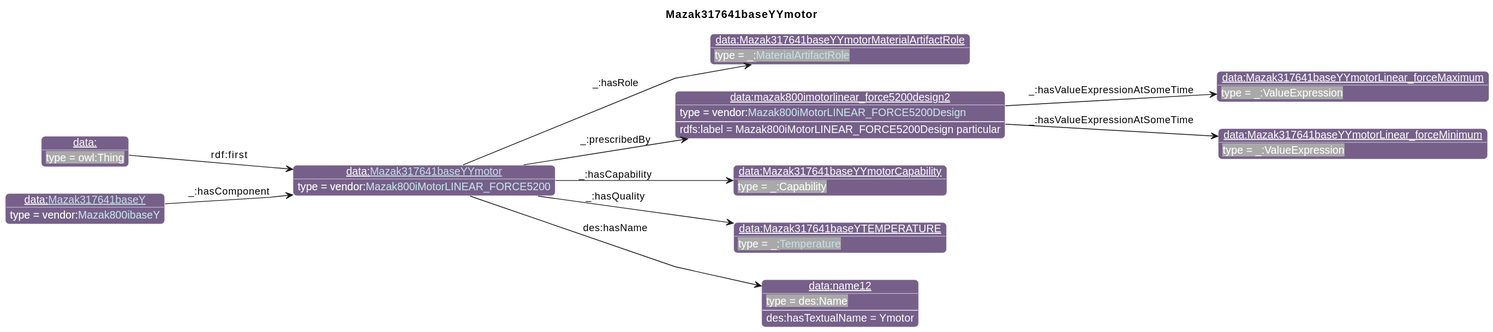
Above: diagrams/Mazak317641baseYYmotor.svg in iofoundry/example-syseng-mtconnect (PlantUML), before the change.
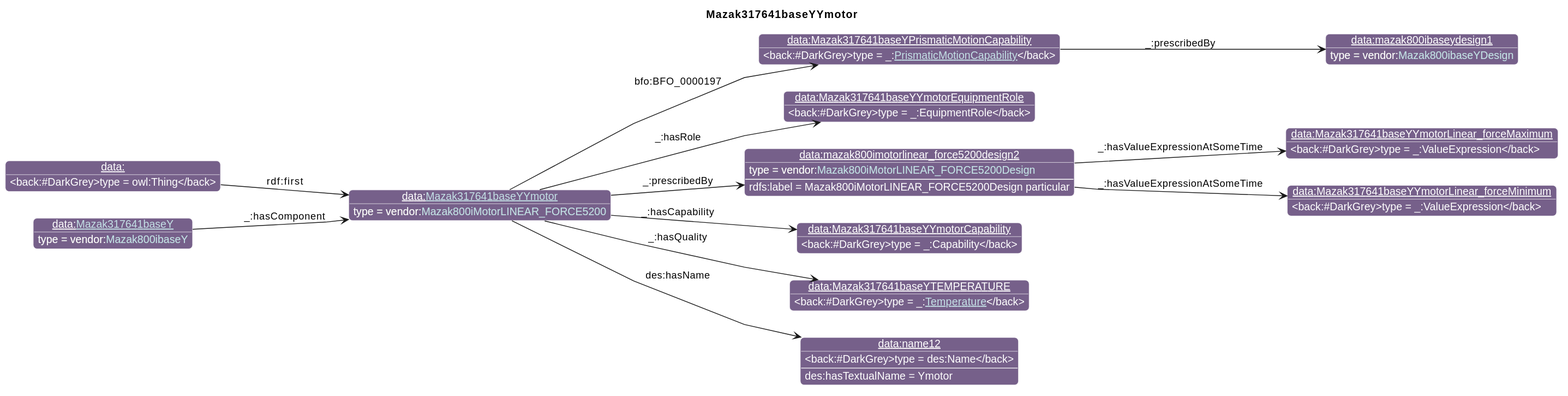
After the change.

What changed in the source:
```diff
@@ -26,24 +26,28 @@
                       "qp":"641B2E"
       }
 individual(o0, data:[[./Mazak317641baseYYmotor.html Mazak317641baseYYmotor]], vendor:[[../Mazak.html#Mazak800iMotorLINEAR_FORCE5200 Mazak800iMotorLINEAR_FORCE5200]])
-individual(o1, data:Mazak317641baseYYmotorMaterialArtifactRole, _:[[../MTConnect.html#MaterialArtifactRole MaterialArtifactRole]])
-individual(o2, data:mazak800imotorlinear_force5200design2, vendor:[[../Mazak.html#Mazak800iMotorLINEAR_FORCE5200Design Mazak800iMotorLINEAR_FORCE5200Design]])
-individual(o3, data:Mazak317641baseYYmotorLinear_forceMaximum, _:ValueExpression)
-individual(o4, data:Mazak317641baseYYmotorLinear_forceMinimum, _:ValueExpression)
-individual(o5, data:Mazak317641baseYYmotorCapability, _:Capability)
-individual(o6, data:Mazak317641baseYTEMPERATURE, _:[[../MTConnect.html#Temperature Temperature]])
-individual(o7, data:name12, des:Name)
-individual(o8, data:, owl:Thing)
-individual(o9, data:[[./Mazak317641baseY.html Mazak317641baseY]], vendor:[[../Mazak.html#Mazak800ibaseY Mazak800ibaseY]])
-property(o0, "_:hasRole", o1)
-property(o0, "_:prescribedBy", o2)
-data(o2, "rdfs:label", "Mazak800iMotorLINEAR_FORCE5200Design particular")
-property(o2, "_:hasValueExpressionAtSomeTime", o3)
-property(o2, "_:hasValueExpressionAtSomeTime", o4)
-property(o0, "_:hasCapability", o5)
-property(o0, "_:hasQuality", o6)
-property(o0, "des:hasName", o7)
-data(o7, "des:hasTextualName", "Ymotor")
-property(o8, "rdf:first", o0)
-property(o9, "_:hasComponent", o0)
+individual(o1, data:Mazak317641baseYPrismaticMotionCapability, _:[[../MTConnect.html#PrismaticMotionCapability PrismaticMotionCapability]])
+individual(o2, data:mazak800ibaseydesign1, vendor:[[../Mazak.html#Mazak800ibaseYDesign Mazak800ibaseYDesign]])
+individual(o3, data:Mazak317641baseYYmotorEquipmentRole, _:EquipmentRole)
+individual(o4, data:mazak800imotorlinear_force5200design2, vendor:[[../Mazak.html#Mazak800iMotorLINEAR_FORCE5200Design Mazak800iMotorLINEAR_FORCE5200Design]])
+individual(o5, data:Mazak317641baseYYmotorLinear_forceMaximum, _:ValueExpression)
+individual(o6, data:Mazak317641baseYYmotorLinear_forceMinimum, _:ValueExpression)
+individual(o7, data:Mazak317641baseYYmotorCapability, _:Capability)
+individual(o8, data:Mazak317641baseYTEMPERATURE, _:[[../MTConnect.html#Temperature Temperature]])
+individual(o9, data:name12, des:Name)
+individual(o10, data:, owl:Thing)
+individual(o11, data:[[./Mazak317641baseY.html Mazak317641baseY]], vendor:[[../Mazak.html#Mazak800ibaseY Mazak800ibaseY]])
+property(o0, "bfo:BFO_0000197", o1)
+property(o1, "_:prescribedBy", o2)
+property(o0, "_:hasRole", o3)
+property(o0, "_:prescribedBy", o4)
+data(o4, "rdfs:label", "Mazak800iMotorLINEAR_FORCE5200Design particular")
+property(o4, "_:hasValueExpressionAtSomeTime", o5)
+property(o4, "_:hasValueExpressionAtSomeTime", o6)
+property(o0, "_:hasCapability", o7)
+property(o0, "_:hasQuality", o8)
+property(o0, "des:hasName", o9)
+data(o9, "des:hasTextualName", "Ymotor")
+property(o10, "rdf:first", o0)
+property(o11, "_:hasComponent", o0)
 @enduml
```
